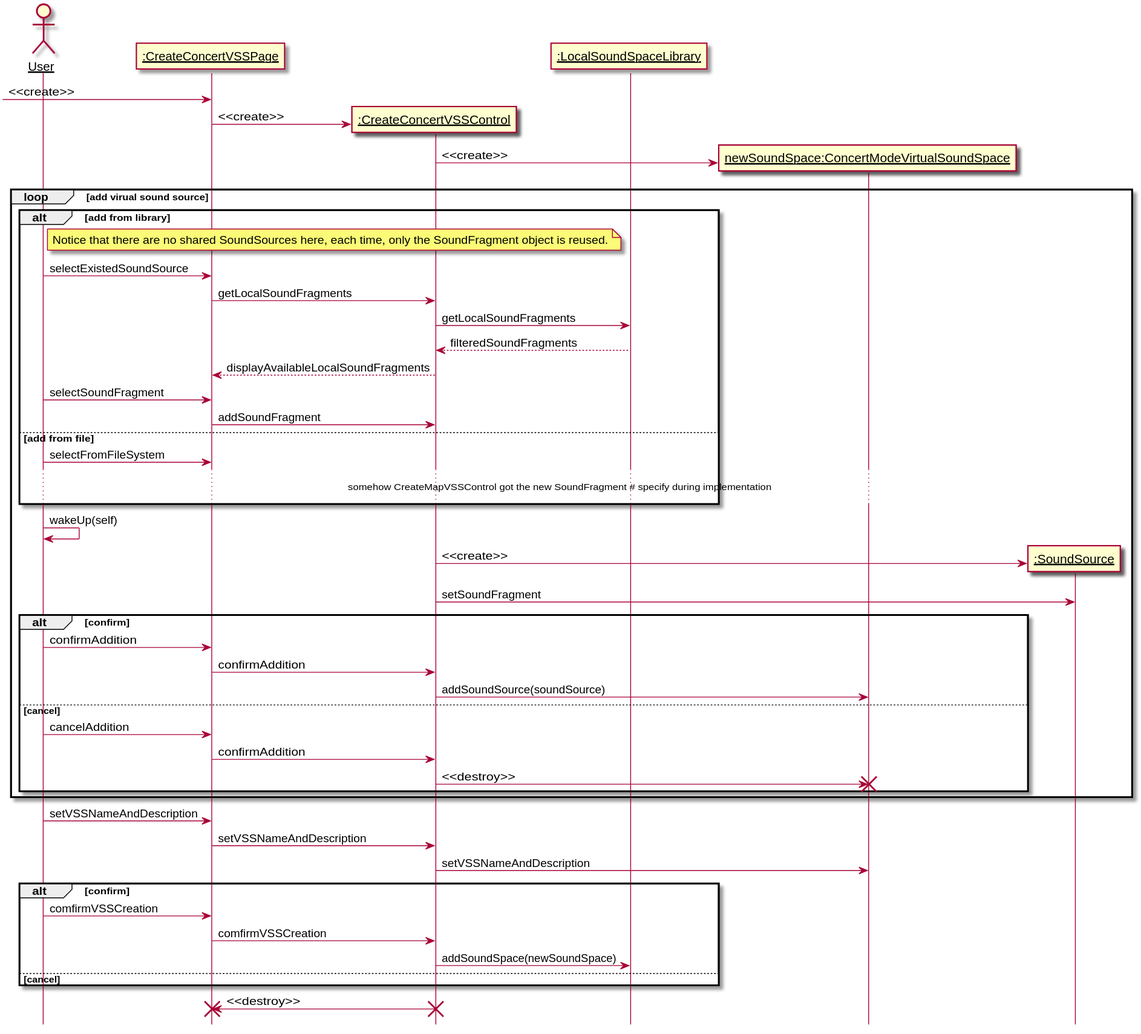
This is 设计/Diagrams/CreateConcertModeVSS.svg from kpp19920121/doc, a PlantUML export, as it was before one commit. The source it was exported from:
```plantuml
@startuml Diagrams/CreateConcertModeVSS
hide footbox
skinparam sequenceParticipant underline


actor User as user
participant ":CreateConcertVSSPage" as createboundary
participant ":CreateConcertVSSControl" as createcontrol
participant ":LocalSoundSpaceLibrary" as library
participant "newSoundSpace:ConcertModeVirtualSoundSpace" as newspace

create createboundary
-> createboundary: <<create>>
create createcontrol
createboundary -> createcontrol: <<create>>
create newspace
createcontrol -> newspace: <<create>>

loop add virual sound source
    alt add from library
        note right of user: Notice that there are no shared SoundSources here, each time, only the SoundFragment object is reused.
        user -> createboundary: selectExistedSoundSource
        createboundary -> createcontrol: getLocalSoundFragments
        createcontrol -> library: getLocalSoundFragments
        library --> createcontrol: filteredSoundFragments
        createcontrol --> createboundary: displayAvailableLocalSoundFragments
        user -> createboundary: selectSoundFragment
        createboundary -> createcontrol: addSoundFragment
    else add from file
        user -> createboundary: selectFromFileSystem
        ...somehow CreateMapVSSControl got the new SoundFragment # specify during implementation...
    end


    participant ":SoundSource" as source
    user -> user: wakeUp(self)
    create source
    createcontrol -> source: <<create>>
    createcontrol -> source: setSoundFragment
    alt confirm
        user -> createboundary: confirmAddition
        createboundary -> createcontrol: confirmAddition
        createcontrol -> newspace: addSoundSource(soundSource)
    else cancel
        user -> createboundary: cancelAddition
        createboundary -> createcontrol: confirmAddition
        createcontrol -> newspace: <<destroy>>
        destroy newspace
    end

end
user -> createboundary: setVSSNameAndDescription
createboundary -> createcontrol: setVSSNameAndDescription
createcontrol -> newspace: setVSSNameAndDescription
alt confirm
    user -> createboundary: comfirmVSSCreation
    createboundary -> createcontrol: comfirmVSSCreation
    createcontrol -> library: addSoundSpace(newSoundSpace)
else cancel
end
createcontrol -> createboundary: <<destroy>>
destroy createboundary
destroy createcontrol
@enduml
```
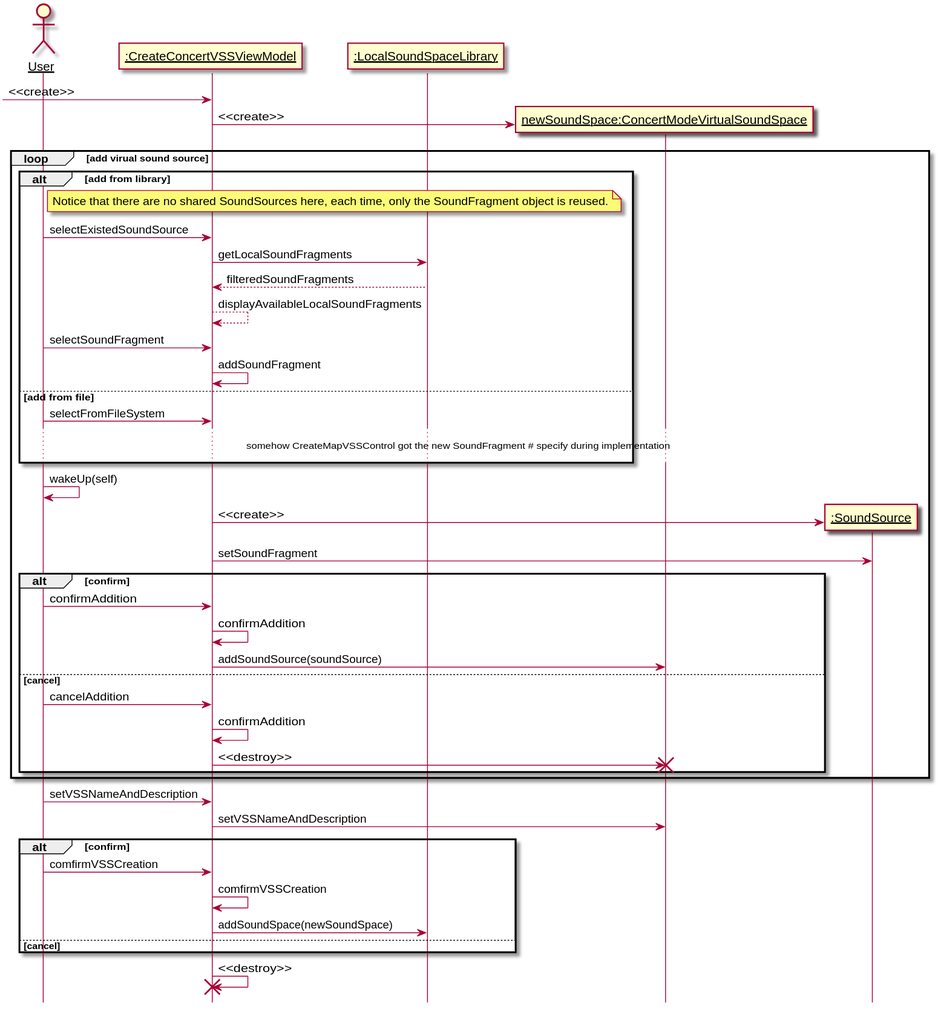
After the commit.

What changed in the source:
```diff
@@ -4,28 +4,24 @@
 
 
 actor User as user
-participant ":CreateConcertVSSPage" as createboundary
-participant ":CreateConcertVSSControl" as createcontrol
+participant ":CreateConcertVSSViewModel" as createboundary
 participant ":LocalSoundSpaceLibrary" as library
 participant "newSoundSpace:ConcertModeVirtualSoundSpace" as newspace
 
 create createboundary
 -> createboundary: <<create>>
-create createcontrol
-createboundary -> createcontrol: <<create>>
 create newspace
-createcontrol -> newspace: <<create>>
+createboundary -> newspace: <<create>>
 
 loop add virual sound source
     alt add from library
         note right of user: Notice that there are no shared SoundSources here, each time, only the SoundFragment object is reused.
         user -> createboundary: selectExistedSoundSource
-        createboundary -> createcontrol: getLocalSoundFragments
-        createcontrol -> library: getLocalSoundFragments
-        library --> createcontrol: filteredSoundFragments
-        createcontrol --> createboundary: displayAvailableLocalSoundFragments
+        createboundary -> library: getLocalSoundFragments
+        library --> createboundary: filteredSoundFragments
+        createboundary --> createboundary: displayAvailableLocalSoundFragments
         user -> createboundary: selectSoundFragment
-        createboundary -> createcontrol: addSoundFragment
+        createboundary -> createboundary: addSoundFragment
     else add from file
         user -> createboundary: selectFromFileSystem
         ...somehow CreateMapVSSControl got the new SoundFragment # specify during implementation...
@@ -35,30 +31,28 @@
     participant ":SoundSource" as source
     user -> user: wakeUp(self)
     create source
-    createcontrol -> source: <<create>>
-    createcontrol -> source: setSoundFragment
+    createboundary -> source: <<create>>
+    createboundary -> source: setSoundFragment
     alt confirm
         user -> createboundary: confirmAddition
-        createboundary -> createcontrol: confirmAddition
-        createcontrol -> newspace: addSoundSource(soundSource)
+        createboundary -> createboundary: confirmAddition
+        createboundary -> newspace: addSoundSource(soundSource)
     else cancel
         user -> createboundary: cancelAddition
-        createboundary -> createcontrol: confirmAddition
-        createcontrol -> newspace: <<destroy>>
+        createboundary -> createboundary: confirmAddition
+        createboundary -> newspace: <<destroy>>
         destroy newspace
     end
 
 end
 user -> createboundary: setVSSNameAndDescription
-createboundary -> createcontrol: setVSSNameAndDescription
-createcontrol -> newspace: setVSSNameAndDescription
+createboundary -> newspace: setVSSNameAndDescription
 alt confirm
     user -> createboundary: comfirmVSSCreation
-    createboundary -> createcontrol: comfirmVSSCreation
-    createcontrol -> library: addSoundSpace(newSoundSpace)
+    createboundary -> createboundary: comfirmVSSCreation
+    createboundary -> library: addSoundSpace(newSoundSpace)
 else cancel
 end
-createcontrol -> createboundary: <<destroy>>
+createboundary -> createboundary: <<destroy>>
 destroy createboundary
-destroy createcontrol
 @enduml
```
